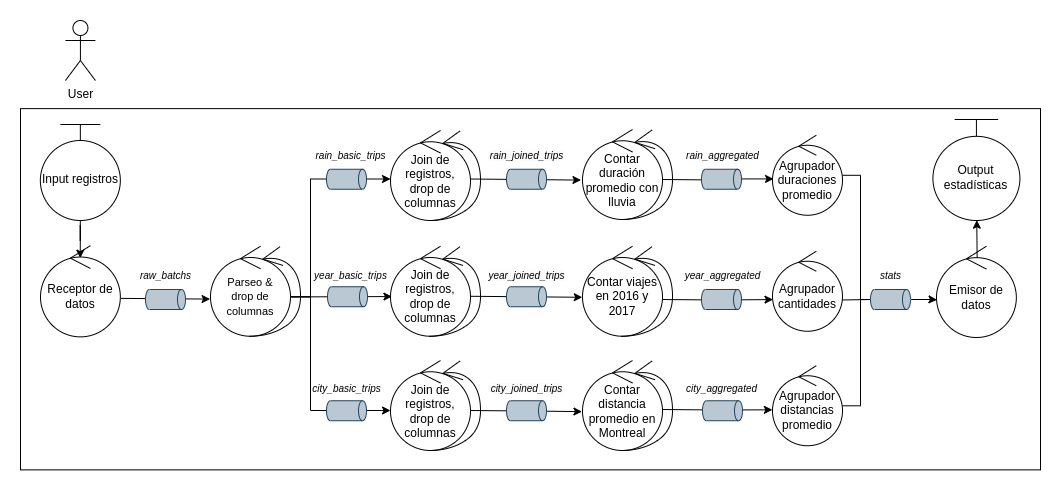
This is informe/diagramas/Robustez.png from fdelu/distribuidos-tp2, a draw.io export, as it was before one commit. Source tidied: cells renumbered, new cells last; positions are measured from the earlier drawing's top-left corner, leaving out a move shared by most shapes.
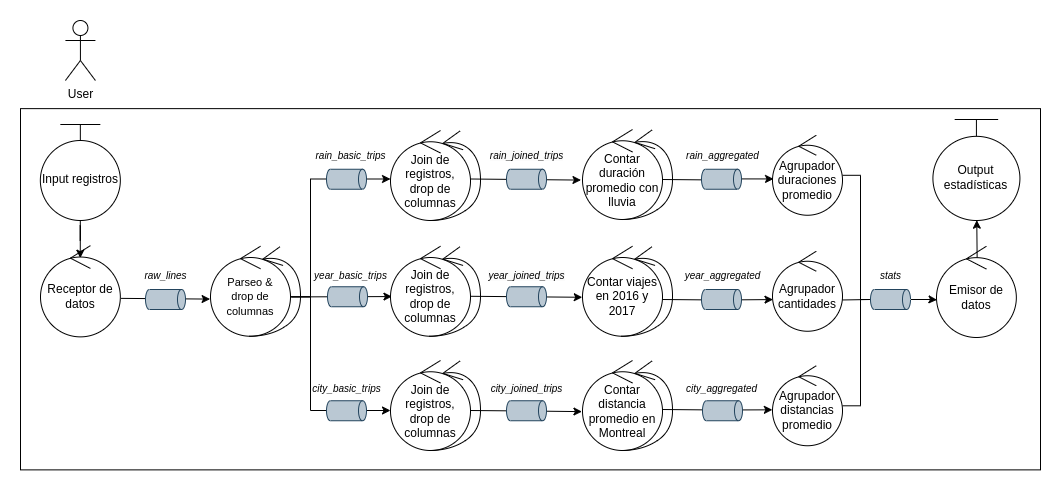
After the change.

The edit, as a diff of the source:
```diff
@@ -255,7 +255,7 @@
     <mxCell id="58" style="shape=cylinder3;whiteSpace=wrap;html=1;boundedLbl=1;backgroundOutline=1;size=4;rotation=90;fillColor=#bac8d3;strokeColor=#23445d;" parent="1" vertex="1">
       <mxGeometry x="496" y="138.8" width="20" height="40" as="geometry" />
     </mxCell>
-    <mxCell id="59" value="&lt;i style=&quot;border-color: var(--border-color); font-size: x-small;&quot;&gt;raw_batchs&lt;/i&gt;" style="text;html=1;align=center;verticalAlign=middle;strokeColor=none;fillColor=none;" parent="1" vertex="1">
+    <mxCell id="59" value="&lt;i style=&quot;border-color: var(--border-color); font-size: x-small;&quot;&gt;raw_lines&lt;/i&gt;" style="text;html=1;align=center;verticalAlign=middle;strokeColor=none;fillColor=none;" parent="1" vertex="1">
       <mxGeometry x="110" y="240" width="70" height="30" as="geometry" />
     </mxCell>
     <mxCell id="60" value="&lt;i style=&quot;border-color: var(--border-color); font-size: x-small;&quot;&gt;year_basic_trips&lt;/i&gt;" style="text;html=1;align=center;verticalAlign=middle;strokeColor=none;fillColor=none;" parent="1" vertex="1">
```
